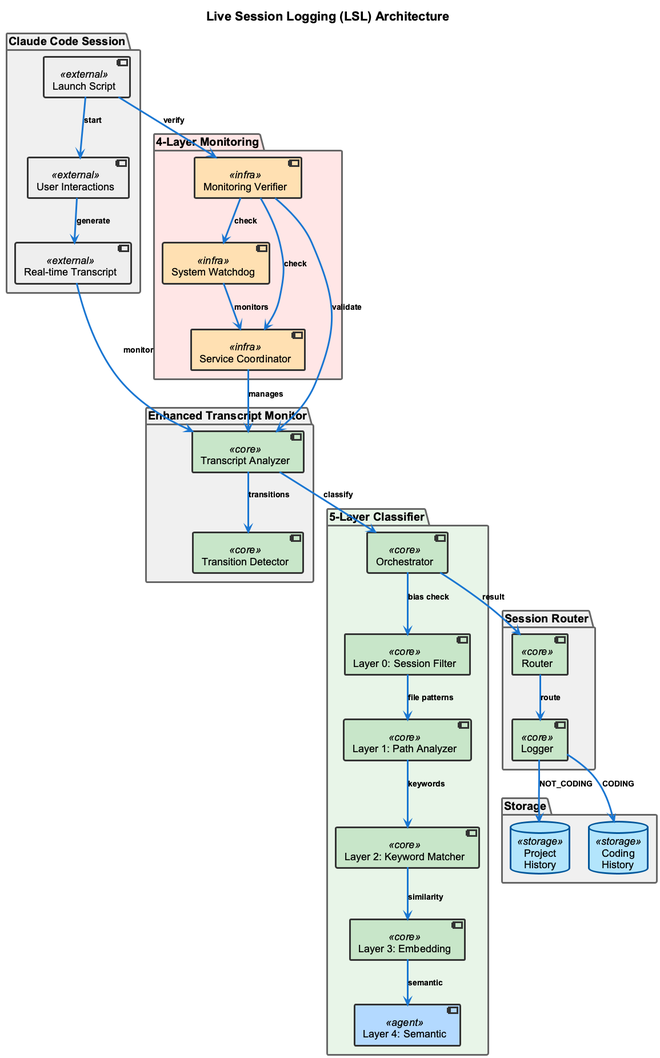
Before: docs/presentation/images/lsl-architecture.png, a diagram exported from PlantUML (fwornle/coding).
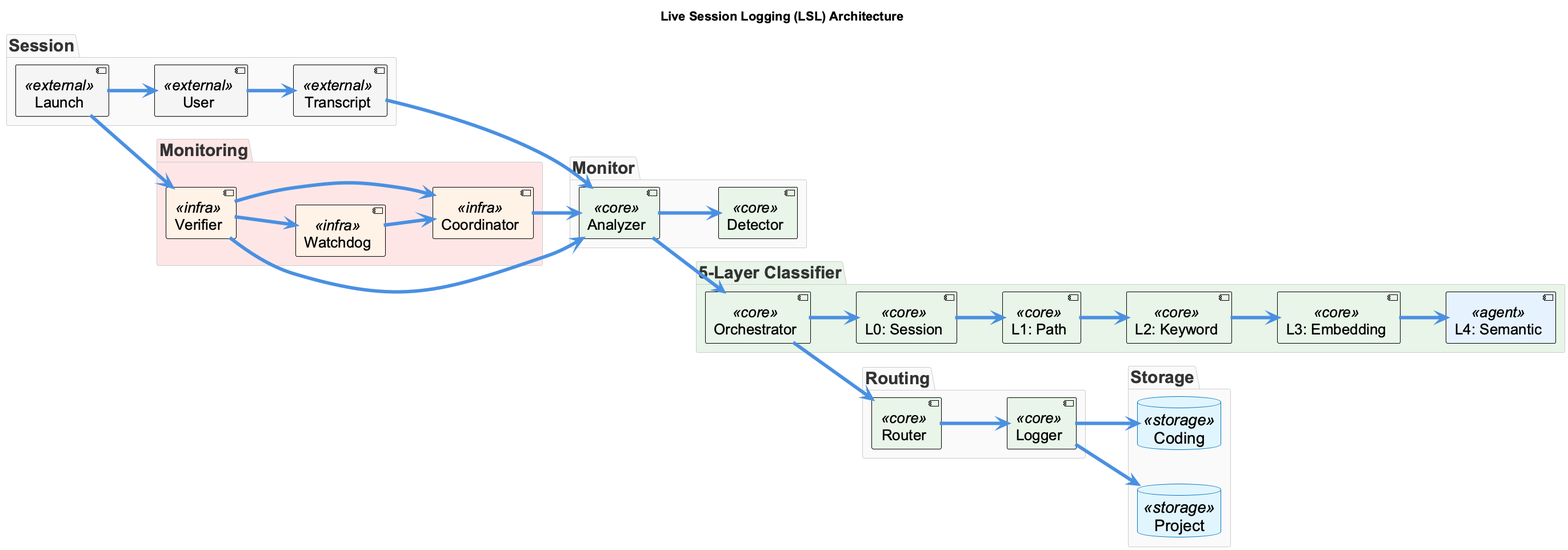
After the commit.

The edit, as a diff of the source:
```diff
@@ -3,69 +3,76 @@
 
 title Live Session Logging (LSL) Architecture
 
-top to bottom direction
+left to right direction
 
-package "Claude Code Session" {
-  [Launch Script] as Launch <<external>>
-  [User Interactions] as User <<external>>
-  [Real-time Transcript] as Transcript <<external>>
+skinparam defaultFontSize 28
+skinparam packageFontSize 30
+skinparam componentFontSize 26
+skinparam arrowThickness 6
+skinparam nodesep 60
+skinparam ranksep 80
+
+package "Session" {
+  [Launch] as Launch <<external>>
+  [User] as User <<external>>
+  [Transcript] as Transcript <<external>>
 }
 
-package "4-Layer Monitoring" #FFE6E6 {
-  [System Watchdog] as Watchdog <<infra>>
-  [Service Coordinator] as GSC <<infra>>
-  [Monitoring Verifier] as Verifier <<infra>>
+package "Monitoring" #FFE6E6 {
+  [Watchdog] as Watchdog <<infra>>
+  [Coordinator] as GSC <<infra>>
+  [Verifier] as Verifier <<infra>>
 }
 
-package "Enhanced Transcript Monitor" {
-  [Transcript Analyzer] as Analyzer <<core>>
-  [Transition Detector] as Detector <<core>>
+package "Monitor" {
+  [Analyzer] as Analyzer <<core>>
+  [Detector] as Detector <<core>>
 }
 
 package "5-Layer Classifier" #E8F5E8 {
-  [Layer 0: Session Filter] as L0 <<core>>
-  [Layer 1: Path Analyzer] as L1 <<core>>
-  [Layer 2: Keyword Matcher] as L2 <<core>>
-  [Layer 3: Embedding] as L3 <<core>>
-  [Layer 4: Semantic] as L4 <<agent>>
+  [L0: Session] as L0 <<core>>
+  [L1: Path] as L1 <<core>>
+  [L2: Keyword] as L2 <<core>>
+  [L3: Embedding] as L3 <<core>>
+  [L4: Semantic] as L4 <<agent>>
   [Orchestrator] as Orchestrator <<core>>
 }
 
-package "Session Router" {
+package "Routing" {
   [Router] as Router <<core>>
   [Logger] as Logger <<core>>
 }
 
 package "Storage" {
-  database "Project\nHistory" as ProjectHistory <<storage>>
-  database "Coding\nHistory" as CodingHistory <<storage>>
+  database "Project" as ProjectHistory <<storage>>
+  database "Coding" as CodingHistory <<storage>>
 }
 
-Launch --> Verifier : verify
-Verifier --> Watchdog : check
-Verifier --> GSC : check
-Verifier --> Analyzer : validate
+Launch --> Verifier
+Verifier --> Watchdog
+Verifier --> GSC
+Verifier --> Analyzer
 
-Launch --> User : start
-User --> Transcript : generate
-Transcript --> Analyzer : monitor
+Launch --> User
+User --> Transcript
+Transcript --> Analyzer
 
-Analyzer --> Detector : transitions
-Analyzer --> Orchestrator : classify
+Analyzer --> Detector
+Analyzer --> Orchestrator
 
-Orchestrator --> L0 : bias check
-L0 --> L1 : file patterns
-L1 --> L2 : keywords
-L2 --> L3 : similarity
-L3 --> L4 : semantic
+Orchestrator --> L0
+L0 --> L1
+L1 --> L2
+L2 --> L3
+L3 --> L4
 
-Orchestrator --> Router : result
-Router --> Logger : route
+Orchestrator --> Router
+Router --> Logger
 
-Logger --> ProjectHistory : NOT_CODING
-Logger --> CodingHistory : CODING
+Logger --> ProjectHistory
+Logger --> CodingHistory
 
-Watchdog --> GSC : monitors
-GSC --> Analyzer : manages
+Watchdog --> GSC
+GSC --> Analyzer
 
 @enduml
```
